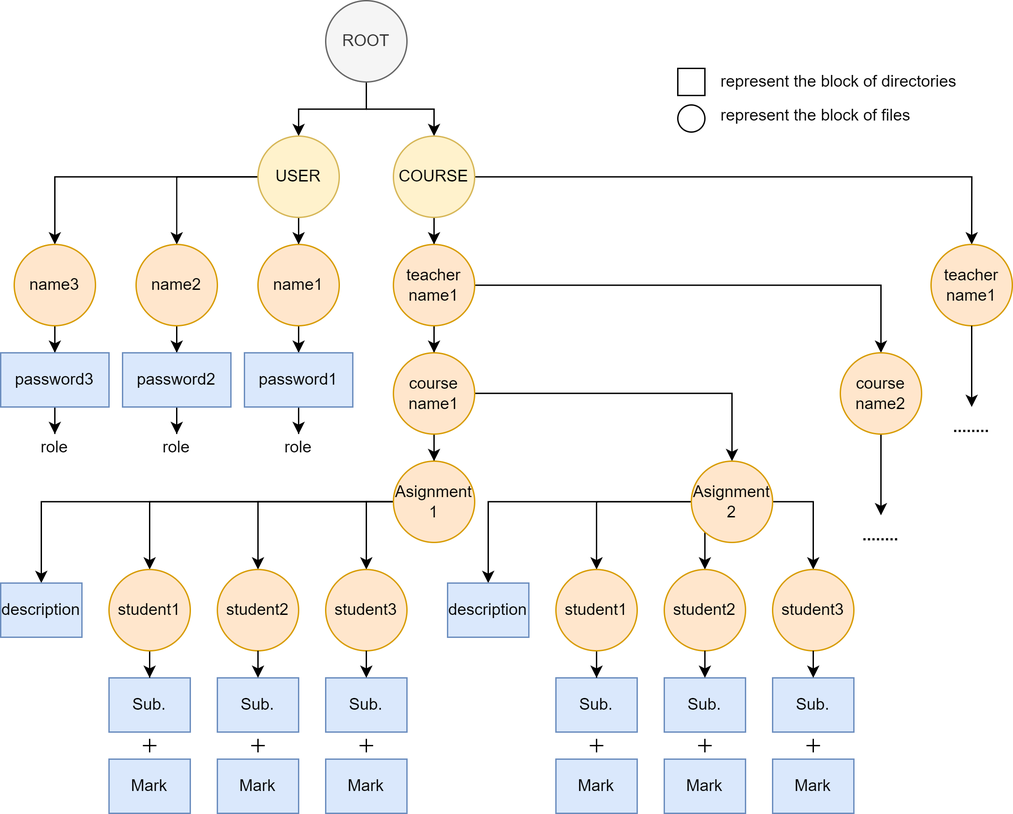
brightvrsdfd/SGMS keeps this draw.io diagram as Images/TeachingSys.drawio.png. Above is the earlier version. Source tidied: cells renumbered, new cells last; positions are measured from the earlier drawing's top-left corner, leaving out a move shared by most shapes.
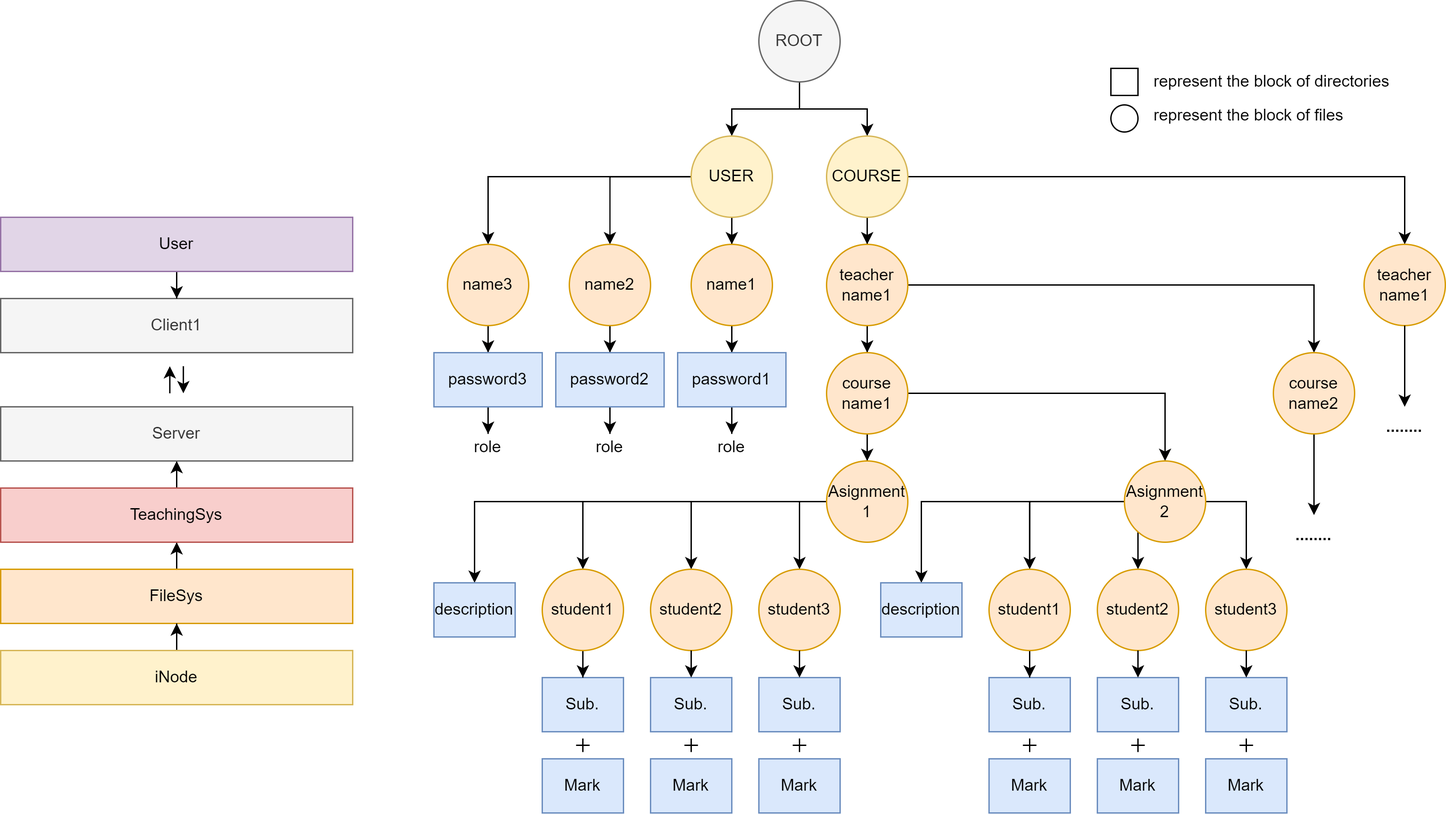
Later version of the same file.

What changed in the source:
```diff
@@ -291,5 +291,47 @@
     <mxCell id="90" style="line;strokeWidth=1;html=1;rotation=-90;" parent="1" vertex="1">
       <mxGeometry x="595" y="545" width="10" height="10" as="geometry" />
     </mxCell>
+    <mxCell id="91" style="edgeStyle=orthogonalEdgeStyle;rounded=0;jettySize=auto;html=1;entryX=0.5;entryY=1;entryDx=0;entryDy=0;" parent="1" edge="1" source="92" target="94">
+      <mxGeometry relative="1" as="geometry" />
+    </mxCell>
+    <mxCell id="92" value="FileSys" style="rounded=0;whiteSpace=wrap;html=1;fillColor=#ffe6cc;strokeColor=#d79b00;" parent="1" vertex="1">
+      <mxGeometry x="-320" y="420" width="260" height="40" as="geometry" />
+    </mxCell>
+    <mxCell id="93" style="edgeStyle=orthogonalEdgeStyle;rounded=0;jettySize=auto;html=1;entryX=0.5;entryY=1;entryDx=0;entryDy=0;" parent="1" edge="1" source="94" target="97">
+      <mxGeometry relative="1" as="geometry" />
+    </mxCell>
+    <mxCell id="94" value="TeachingSys" style="rounded=0;whiteSpace=wrap;html=1;fillColor=#f8cecc;strokeColor=#b85450;" parent="1" vertex="1">
+      <mxGeometry x="-320" y="360" width="260" height="40" as="geometry" />
+    </mxCell>
+    <mxCell id="95" style="edgeStyle=orthogonalEdgeStyle;rounded=0;jettySize=auto;html=1;entryX=0.5;entryY=1;entryDx=0;entryDy=0;" parent="1" edge="1" source="96" target="92">
+      <mxGeometry relative="1" as="geometry" />
+    </mxCell>
+    <mxCell id="96" value="iNode" style="rounded=0;whiteSpace=wrap;html=1;fillColor=#fff2cc;strokeColor=#d6b656;" parent="1" vertex="1">
+      <mxGeometry x="-320" y="480" width="260" height="40" as="geometry" />
+    </mxCell>
+    <mxCell id="97" value="Server" style="rounded=0;whiteSpace=wrap;html=1;fillColor=#f5f5f5;fontColor=#333333;strokeColor=#666666;" parent="1" vertex="1">
+      <mxGeometry x="-320" y="300" width="260" height="40" as="geometry" />
+    </mxCell>
+    <mxCell id="98" value="Client1" style="rounded=0;whiteSpace=wrap;html=1;fillColor=#f5f5f5;fontColor=#333333;strokeColor=#666666;" parent="1" vertex="1">
+      <mxGeometry x="-320" y="220" width="260" height="40" as="geometry" />
+    </mxCell>
+    <mxCell id="99" style="edgeStyle=orthogonalEdgeStyle;rounded=0;orthogonalLoop=1;jettySize=auto;html=1;entryX=0.5;entryY=1;entryDx=0;entryDy=0;" parent="1" edge="1">
+      <mxGeometry relative="1" as="geometry">
+        <mxPoint x="-195.1" y="290" as="sourcePoint" />
+        <mxPoint x="-195.1" y="270" as="targetPoint" />
+      </mxGeometry>
+    </mxCell>
+    <mxCell id="100" style="edgeStyle=orthogonalEdgeStyle;rounded=0;orthogonalLoop=1;jettySize=auto;html=1;" parent="1" edge="1">
+      <mxGeometry relative="1" as="geometry">
+        <mxPoint x="-185.1" y="270" as="sourcePoint" />
+        <mxPoint x="-185.1" y="290" as="targetPoint" />
+      </mxGeometry>
+    </mxCell>
+    <mxCell id="101" style="edgeStyle=orthogonalEdgeStyle;rounded=0;jettySize=auto;html=1;entryX=0.5;entryY=0;entryDx=0;entryDy=0;" parent="1" edge="1" source="102" target="98">
+      <mxGeometry relative="1" as="geometry" />
+    </mxCell>
+    <mxCell id="102" value="User" style="rounded=0;whiteSpace=wrap;html=1;fillColor=#e1d5e7;strokeColor=#9673a6;" parent="1" vertex="1">
+      <mxGeometry x="-320" y="160" width="260" height="40" as="geometry" />
+    </mxCell>
   </root>
 </mxGraphModel>
```
